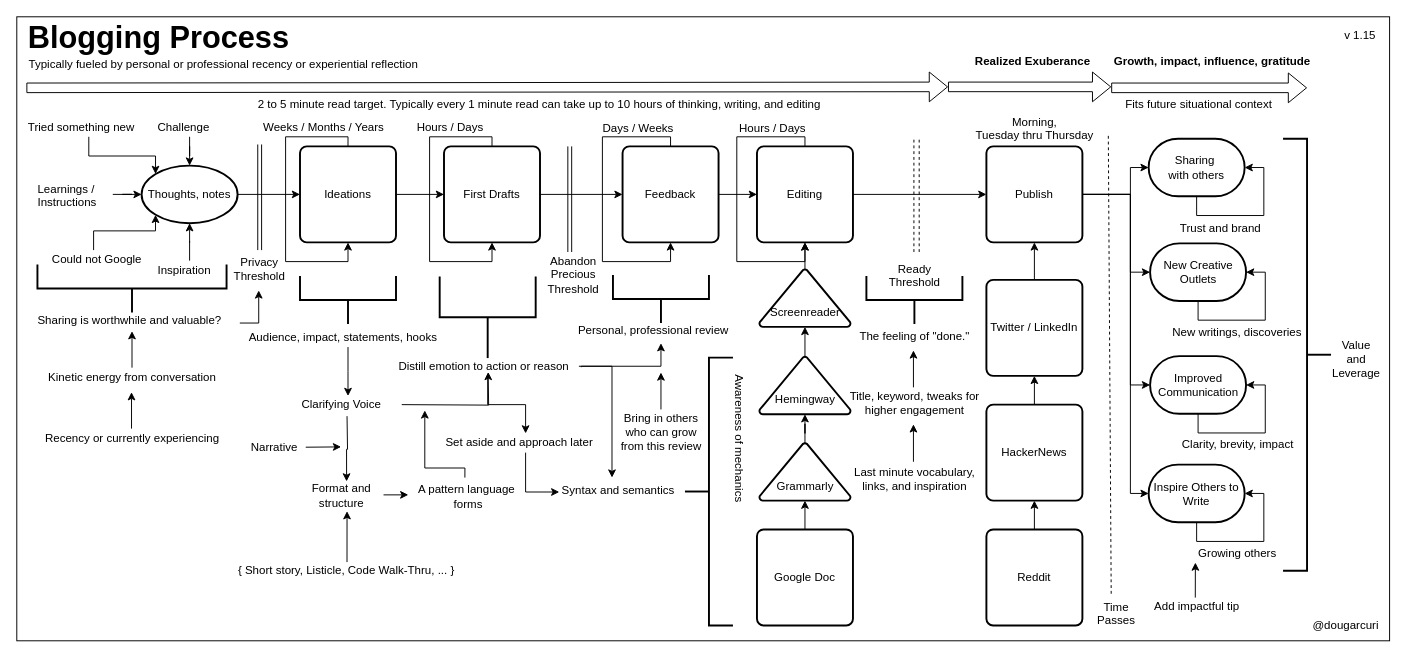
solidi/learning-notes keeps this draw.io diagram as mentoring/diagrams/blogging-process.drawio. Above is the earlier version. Source tidied: cells renumbered, new cells numbered last; positions are measured from the earlier drawing's top-left corner, leaving out a move shared by most shapes. Both pictures are drawn from the tidied source at 96%, with x=0, y=0 at pixel (16, 16).
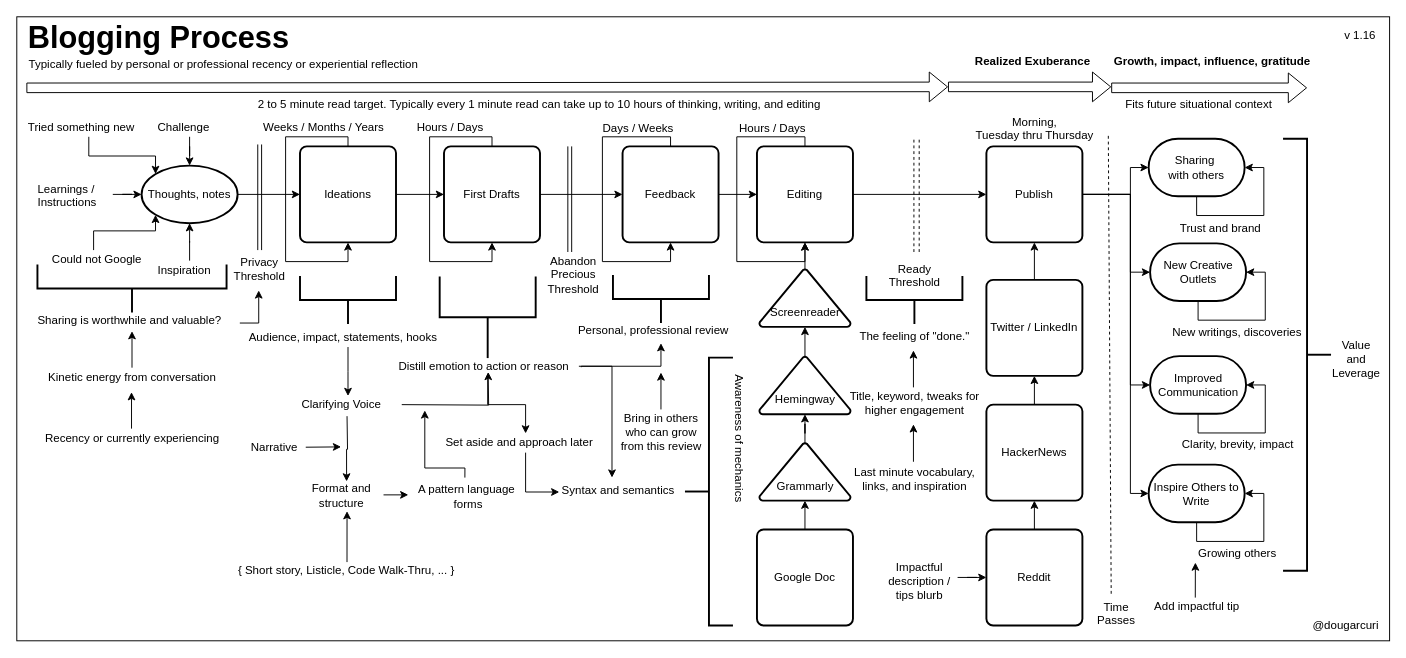
The same page after the edit.

Commit message (it also covers changes not shown here):
Add 1.16 of the bloging process. Include tip blurb

Unchanged cells that the change refers to:
```xml
<mxCell id="27" value="Reddit" style="rounded=1;whiteSpace=wrap;html=1;absoluteArcSize=1;arcSize=14;strokeWidth=2;" parent="1" vertex="1">
  <mxGeometry x="1010" y="534" width="100" height="100" as="geometry" />
</mxCell>
```

The edit, as a diff of the source:
```diff
@@
-    <mxCell id="122" value="v 1.15" style="text;html=1;align=center;verticalAlign=middle;" parent="1" vertex="1">
+    <mxCell id="122" value="v 1.16" style="text;html=1;align=center;verticalAlign=middle;" parent="1" vertex="1">
       <mxGeometry x="1374" y="10" width="50" height="20" as="geometry" />
     </mxCell>
@@
+    <mxCell id="128" style="edgeStyle=orthogonalEdgeStyle;rounded=0;jettySize=auto;html=1;" parent="1" edge="1" source="129" target="27">
+      <mxGeometry relative="1" as="geometry" />
+    </mxCell>
+    <mxCell id="129" value="Impactful &lt;br&gt;description /&lt;br&gt;tips blurb" style="text;html=1;points=[];align=center;verticalAlign=top;spacingTop=-4;" parent="1" vertex="1">
+      <mxGeometry x="900" y="564" width="80" height="40" as="geometry" />
+    </mxCell>
```
